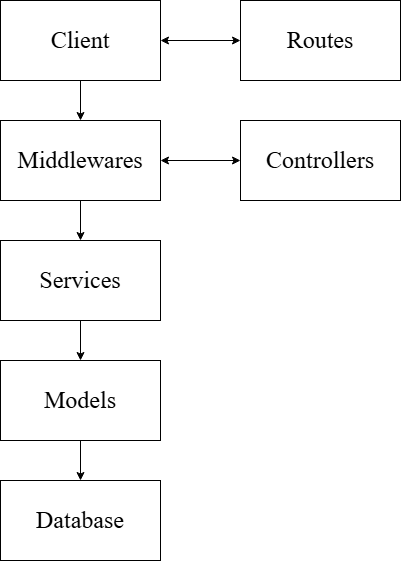
Earlier version of the draw.io export docs/component-diagram.png (BobruikoOleksii-KPI/nodejs-202526). Source tidied: cells renumbered, new cells last; positions are measured from the earlier drawing's top-left corner, leaving out a move shared by most shapes.
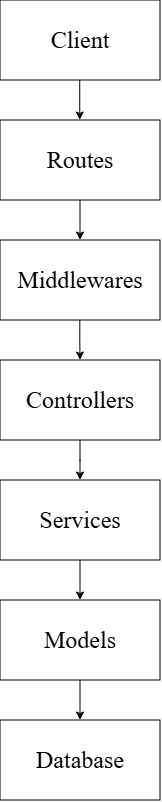
Above is the later version.

Commit message:
docs: reformat component-diagram.png for improved accuracy

What changed in the source:
```diff
@@ -5,41 +5,50 @@
     <mxCell id="2" value="&lt;font face=&quot;Times New Roman&quot; style=&quot;font-size: 24px;&quot;&gt;Client&lt;/font&gt;" style="rounded=0;whiteSpace=wrap;html=1;" parent="1" vertex="1">
       <mxGeometry width="160" height="80" as="geometry" />
     </mxCell>
-    <mxCell id="3" style="edgeStyle=orthogonalEdgeStyle;rounded=0;jettySize=auto;html=1;entryX=0.5;entryY=0;entryDx=0;entryDy=0;" parent="1" edge="1" source="4" target="6">
-      <mxGeometry relative="1" as="geometry" />
+    <mxCell id="3" style="edgeStyle=orthogonalEdgeStyle;rounded=0;jettySize=auto;html=1;entryX=0.5;entryY=0;entryDx=0;entryDy=0;" parent="1" edge="1" target="6">
+      <mxGeometry relative="1" as="geometry">
+        <mxPoint x="80" y="440" as="sourcePoint" />
+      </mxGeometry>
     </mxCell>
     <mxCell id="4" value="&lt;font face=&quot;Times New Roman&quot; style=&quot;font-size: 24px;&quot;&gt;Middlewares&lt;/font&gt;" style="rounded=0;whiteSpace=wrap;html=1;" parent="1" vertex="1">
-      <mxGeometry y="120" width="160" height="80" as="geometry" />
+      <mxGeometry y="240" width="160" height="80" as="geometry" />
     </mxCell>
     <mxCell id="5" style="edgeStyle=orthogonalEdgeStyle;rounded=0;jettySize=auto;html=1;entryX=0.5;entryY=0;entryDx=0;entryDy=0;" parent="1" edge="1" source="6" target="8">
       <mxGeometry relative="1" as="geometry" />
     </mxCell>
     <mxCell id="6" value="&lt;font face=&quot;Times New Roman&quot; style=&quot;font-size: 24px;&quot;&gt;Services&lt;/font&gt;" style="rounded=0;whiteSpace=wrap;html=1;" parent="1" vertex="1">
-      <mxGeometry y="240" width="160" height="80" as="geometry" />
+      <mxGeometry y="480" width="160" height="80" as="geometry" />
     </mxCell>
     <mxCell id="7" style="edgeStyle=orthogonalEdgeStyle;rounded=0;jettySize=auto;html=1;entryX=0.5;entryY=0;entryDx=0;entryDy=0;" parent="1" edge="1" source="8" target="9">
       <mxGeometry relative="1" as="geometry" />
     </mxCell>
     <mxCell id="8" value="&lt;font face=&quot;Times New Roman&quot; style=&quot;font-size: 24px;&quot;&gt;Models&lt;/font&gt;" style="rounded=0;whiteSpace=wrap;html=1;" parent="1" vertex="1">
-      <mxGeometry y="360" width="160" height="80" as="geometry" />
+      <mxGeometry y="600" width="160" height="80" as="geometry" />
     </mxCell>
     <mxCell id="9" value="&lt;font face=&quot;Times New Roman&quot; style=&quot;font-size: 24px;&quot;&gt;Database&lt;/font&gt;" style="rounded=0;whiteSpace=wrap;html=1;" parent="1" vertex="1">
-      <mxGeometry y="480" width="160" height="80" as="geometry" />
+      <mxGeometry y="720" width="160" height="80" as="geometry" />
     </mxCell>
     <mxCell id="10" value="&lt;font face=&quot;Times New Roman&quot; style=&quot;font-size: 24px;&quot;&gt;Routes&lt;/font&gt;" style="rounded=0;whiteSpace=wrap;html=1;" parent="1" vertex="1">
-      <mxGeometry x="240" width="160" height="80" as="geometry" />
+      <mxGeometry y="120" width="160" height="80" as="geometry" />
     </mxCell>
     <mxCell id="11" value="&lt;font face=&quot;Times New Roman&quot; style=&quot;font-size: 24px;&quot;&gt;Controllers&lt;/font&gt;" style="rounded=0;whiteSpace=wrap;html=1;" parent="1" vertex="1">
-      <mxGeometry x="240" y="120" width="160" height="80" as="geometry" />
+      <mxGeometry y="360" width="160" height="80" as="geometry" />
     </mxCell>
-    <mxCell id="12" style="endArrow=classic;html=1;rounded=0;entryX=0.5;entryY=0;entryDx=0;entryDy=0;exitX=0.5;exitY=1;exitDx=0;exitDy=0;" parent="1" edge="1" source="2" target="4">
-      <mxGeometry relative="1" as="geometry" />
+    <mxCell id="12" style="endArrow=classic;html=1;rounded=0;entryX=0.5;entryY=0;entryDx=0;entryDy=0;exitX=0.5;exitY=1;exitDx=0;exitDy=0;" parent="1" edge="1" target="4">
+      <mxGeometry relative="1" as="geometry">
+        <mxPoint x="80" y="200" as="sourcePoint" />
+      </mxGeometry>
     </mxCell>
-    <mxCell id="13" style="endArrow=classic;startArrow=classic;html=1;rounded=0;entryX=0;entryY=0.5;entryDx=0;entryDy=0;exitX=1;exitY=0.5;exitDx=0;exitDy=0;" parent="1" edge="1" source="2" target="10">
-      <mxGeometry relative="1" as="geometry" />
-    </mxCell>
-    <mxCell id="14" style="endArrow=classic;startArrow=classic;html=1;rounded=0;entryX=0;entryY=0.5;entryDx=0;entryDy=0;exitX=1;exitY=0.5;exitDx=0;exitDy=0;" parent="1" edge="1" source="4" target="11">
-      <mxGeometry relative="1" as="geometry" />
-    </mxCell>
+    <mxCell id="15" style="edgeStyle=orthogonalEdgeStyle;rounded=0;jettySize=auto;html=1;entryX=0.5;entryY=0;entryDx=0;entryDy=0;" parent="1" edge="1" target="11">
+      <mxGeometry relative="1" as="geometry">
+        <mxPoint x="79.8" y="320" as="sourcePoint" />
+      </mxGeometry>
+    </mxCell>
+    <mxCell id="16" style="endArrow=classic;html=1;rounded=0;entryX=0.5;entryY=0;entryDx=0;entryDy=0;exitX=0.5;exitY=1;exitDx=0;exitDy=0;" parent="1" edge="1">
+      <mxGeometry relative="1" as="geometry">
+        <mxPoint x="79.7" y="80" as="sourcePoint" />
+        <mxPoint x="79.7" y="120" as="targetPoint" />
+      </mxGeometry>
+    </mxCell>
   </root>
 </mxGraphModel>
```
